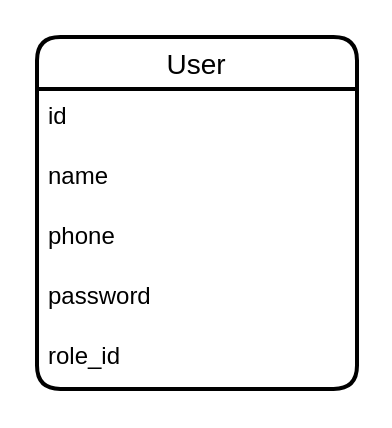
Before: Karsoft - LMS.drawio in iztileuoff/databases, a draw.io diagram. Source tidied: cells renumbered, new cells numbered last; positions are measured from the earlier drawing's top-left corner, leaving out a move shared by most shapes. Both pictures are drawn from the tidied source at 200%, with x=0, y=0 at pixel (36, 36).
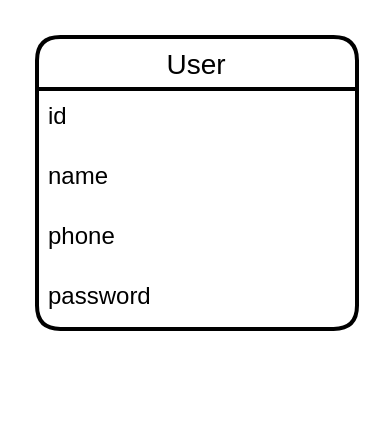
The same page after the edit.

Change to the diagram source:
```diff
@@
 <mxGraphModel>
   <root>
     <mxCell id="0" />
     <mxCell id="1" parent="0" />
     <mxCell id="2" value="User" style="swimlane;fontStyle=0;horizontal=1;startSize=26;align=center;fontSize=14;strokeWidth=2;rounded=1;shadow=0;glass=0;swimlaneLine=1;" parent="1" vertex="1">
-      <mxGeometry width="160" height="176" as="geometry" />
+      <mxGeometry width="160" height="146" as="geometry" />
     </mxCell>
     <mxCell id="3" value="id" style="text;strokeColor=none;fillColor=none;spacingLeft=4;spacingRight=4;overflow=hidden;fontSize=12;whiteSpace=wrap;html=1;" parent="2" vertex="1">
       <mxGeometry y="26" width="160" height="30" as="geometry" />
     </mxCell>
     <mxCell id="4" value="name" style="text;strokeColor=none;fillColor=none;spacingLeft=4;spacingRight=4;overflow=hidden;fontSize=12;whiteSpace=wrap;html=1;" parent="2" vertex="1">
       <mxGeometry y="56" width="160" height="30" as="geometry" />
     </mxCell>
     <mxCell id="5" value="phone" style="text;strokeColor=none;fillColor=none;spacingLeft=4;spacingRight=4;overflow=hidden;fontSize=12;whiteSpace=wrap;html=1;" parent="2" vertex="1">
       <mxGeometry y="86" width="160" height="30" as="geometry" />
     </mxCell>
     <mxCell id="6" value="password" style="text;strokeColor=none;fillColor=none;spacingLeft=4;spacingRight=4;overflow=hidden;fontSize=12;whiteSpace=wrap;html=1;" parent="2" vertex="1">
       <mxGeometry y="116" width="160" height="30" as="geometry" />
     </mxCell>
-    <mxCell id="7" value="role_id" style="text;strokeColor=none;fillColor=none;spacingLeft=4;spacingRight=4;overflow=hidden;fontSize=12;whiteSpace=wrap;html=1;" parent="2" vertex="1">
-      <mxGeometry y="146" width="160" height="30" as="geometry" />
-    </mxCell>
   </root>
 </mxGraphModel>
```
